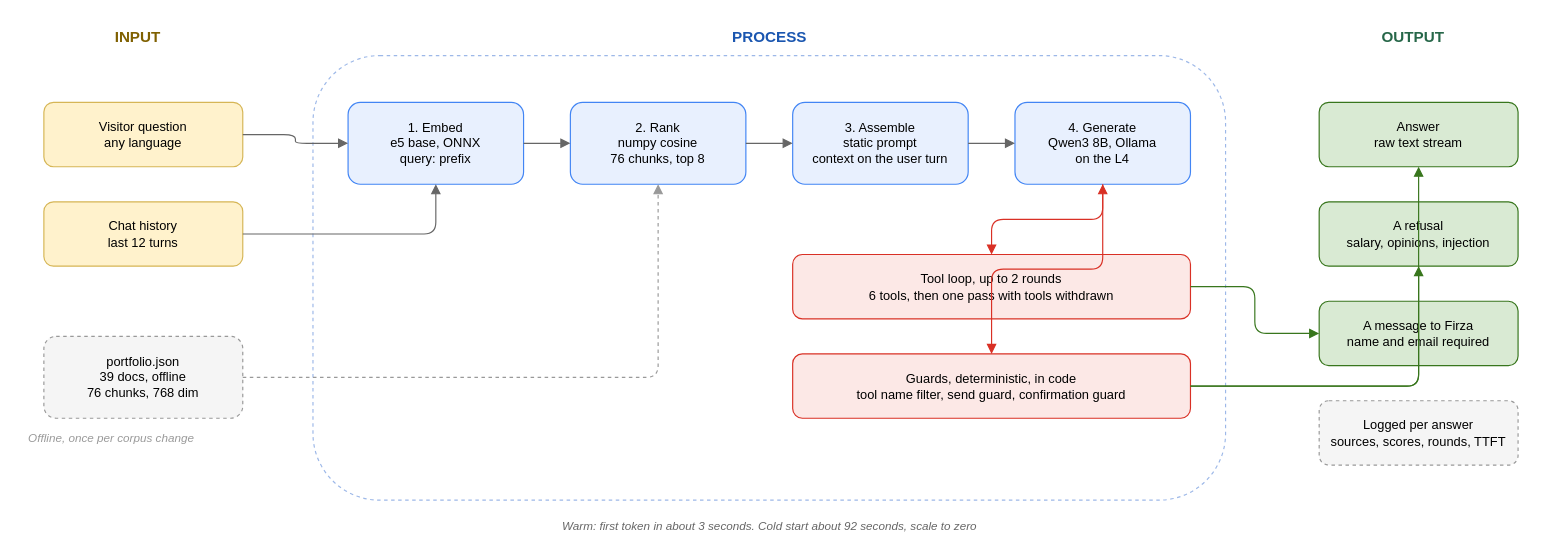
Earlier version of the draw.io diagram docs/diagrams/overview.drawio (FirzaCank/rag-open-source-portfolio). Source tidied: cells renumbered, new cells numbered last; positions are measured from the earlier drawing's top-left corner, leaving out a move shared by most shapes. Both pictures are drawn from the tidied source at 117%, with x=0, y=0 at pixel (20, 20).
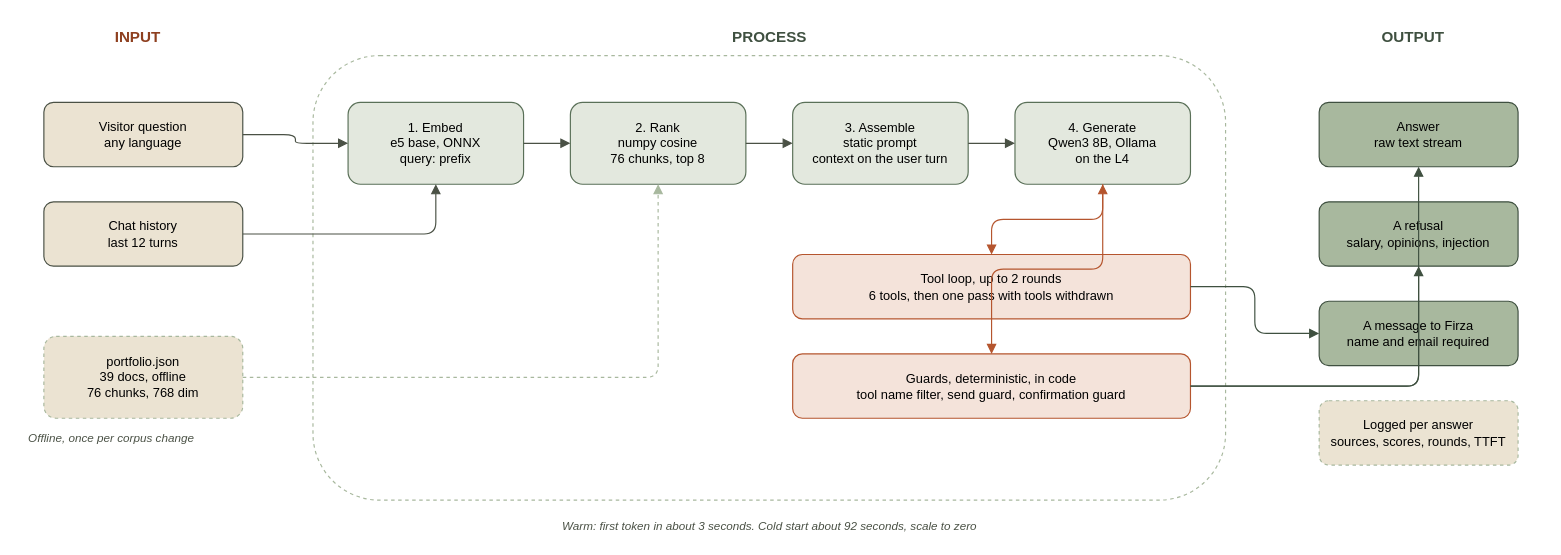
The same diagram, later.

What changed in the source:
```diff
@@
-    <mxCell id="2" value="INPUT" style="text;html=1;align=center;fontSize=13;fontStyle=1;fontColor=#7f6000;" parent="1" vertex="1">
+    <mxCell id="2" value="INPUT" style="text;html=1;align=center;fontSize=13;fontStyle=1;fontColor=#8E3F1F;" parent="1" vertex="1">
       <mxGeometry width="200" height="24" as="geometry" />
     </mxCell>
-    <mxCell id="3" value="PROCESS" style="text;html=1;align=center;fontSize=13;fontStyle=1;fontColor=#1a56b0;" parent="1" vertex="1">
+    <mxCell id="3" value="PROCESS" style="text;html=1;align=center;fontSize=13;fontStyle=1;fontColor=#3F5040;" parent="1" vertex="1">
       <mxGeometry x="260" width="760" height="24" as="geometry" />
     </mxCell>
-    <mxCell id="4" value="OUTPUT" style="text;html=1;align=center;fontSize=13;fontStyle=1;fontColor=#276749;" parent="1" vertex="1">
+    <mxCell id="4" value="OUTPUT" style="text;html=1;align=center;fontSize=13;fontStyle=1;fontColor=#3F5040;" parent="1" vertex="1">
       <mxGeometry x="1080" width="220" height="24" as="geometry" />
     </mxCell>
-    <mxCell id="5" style="rounded=1;whiteSpace=wrap;html=1;fillColor=none;strokeColor=#9db8e8;dashed=1;fontSize=11;" parent="1" vertex="1">
+    <mxCell id="5" style="rounded=1;whiteSpace=wrap;html=1;fillColor=none;strokeColor=#A8B89E;dashed=1;fontSize=11;" parent="1" vertex="1">
       <mxGeometry x="250" y="30" width="780" height="380" as="geometry" />
     </mxCell>
-    <mxCell id="6" value="Visitor question&#10;any language" style="rounded=1;whiteSpace=wrap;html=1;fillColor=#fff2cc;strokeColor=#d6b656;fontSize=11;" parent="1" vertex="1">
+    <mxCell id="6" value="Visitor question&#10;any language" style="rounded=1;whiteSpace=wrap;html=1;fillColor=#EBE3D2;strokeColor=#4A5145;fontSize=11;" parent="1" vertex="1">
       <mxGeometry x="20" y="70" width="170" height="55" as="geometry" />
     </mxCell>
-    <mxCell id="7" value="Chat history&#10;last 12 turns" style="rounded=1;whiteSpace=wrap;html=1;fillColor=#fff2cc;strokeColor=#d6b656;fontSize=11;" parent="1" vertex="1">
+    <mxCell id="7" value="Chat history&#10;last 12 turns" style="rounded=1;whiteSpace=wrap;html=1;fillColor=#EBE3D2;strokeColor=#4A5145;fontSize=11;" parent="1" vertex="1">
       <mxGeometry x="20" y="155" width="170" height="55" as="geometry" />
     </mxCell>
-    <mxCell id="8" value="portfolio.json&#10;39 docs, offline&#10;76 chunks, 768 dim" style="rounded=1;whiteSpace=wrap;html=1;fillColor=#f5f5f5;strokeColor=#999999;fontSize=11;dashed=1;" parent="1" vertex="1">
+    <mxCell id="8" value="portfolio.json&#10;39 docs, offline&#10;76 chunks, 768 dim" style="rounded=1;whiteSpace=wrap;html=1;fillColor=#EBE3D2;strokeColor=#A8B89E;fontSize=11;dashed=1;" parent="1" vertex="1">
       <mxGeometry x="20" y="270" width="170" height="70" as="geometry" />
     </mxCell>
-    <mxCell id="9" value="1. Embed&#10;e5 base, ONNX&#10;query: prefix" style="rounded=1;whiteSpace=wrap;html=1;fillColor=#e8f0fe;strokeColor=#4285f4;fontSize=11;" parent="1" vertex="1">
+    <mxCell id="9" value="1. Embed&#10;e5 base, ONNX&#10;query: prefix" style="rounded=1;whiteSpace=wrap;html=1;fillColor=#E3E8DE;strokeColor=#5A7058;fontSize=11;" parent="1" vertex="1">
       <mxGeometry x="280" y="70" width="150" height="70" as="geometry" />
     </mxCell>
-    <mxCell id="10" value="2. Rank&#10;numpy cosine&#10;76 chunks, top 8" style="rounded=1;whiteSpace=wrap;html=1;fillColor=#e8f0fe;strokeColor=#4285f4;fontSize=11;" parent="1" vertex="1">
+    <mxCell id="10" value="2. Rank&#10;numpy cosine&#10;76 chunks, top 8" style="rounded=1;whiteSpace=wrap;html=1;fillColor=#E3E8DE;strokeColor=#5A7058;fontSize=11;" parent="1" vertex="1">
       <mxGeometry x="470" y="70" width="150" height="70" as="geometry" />
     </mxCell>
-    <mxCell id="11" value="3. Assemble&#10;static prompt&#10;context on the user turn" style="rounded=1;whiteSpace=wrap;html=1;fillColor=#e8f0fe;strokeColor=#4285f4;fontSize=11;" parent="1" vertex="1">
+    <mxCell id="11" value="3. Assemble&#10;static prompt&#10;context on the user turn" style="rounded=1;whiteSpace=wrap;html=1;fillColor=#E3E8DE;strokeColor=#5A7058;fontSize=11;" parent="1" vertex="1">
       <mxGeometry x="660" y="70" width="150" height="70" as="geometry" />
     </mxCell>
-    <mxCell id="12" value="4. Generate&#10;Qwen3 8B, Ollama&#10;on the L4" style="rounded=1;whiteSpace=wrap;html=1;fillColor=#e8f0fe;strokeColor=#4285f4;fontSize=11;" parent="1" vertex="1">
+    <mxCell id="12" value="4. Generate&#10;Qwen3 8B, Ollama&#10;on the L4" style="rounded=1;whiteSpace=wrap;html=1;fillColor=#E3E8DE;strokeColor=#5A7058;fontSize=11;" parent="1" vertex="1">
       <mxGeometry x="850" y="70" width="150" height="70" as="geometry" />
     </mxCell>
-    <mxCell id="13" value="Tool loop, up to 2 rounds&#10;6 tools, then one pass with tools withdrawn" style="rounded=1;whiteSpace=wrap;html=1;fillColor=#fce8e6;strokeColor=#d93025;fontSize=11;" parent="1" vertex="1">
+    <mxCell id="13" value="Tool loop, up to 2 rounds&#10;6 tools, then one pass with tools withdrawn" style="rounded=1;whiteSpace=wrap;html=1;fillColor=#F4E3DA;strokeColor=#B5552E;fontSize=11;" parent="1" vertex="1">
       <mxGeometry x="660" y="200" width="340" height="55" as="geometry" />
     </mxCell>
-    <mxCell id="14" value="Guards, deterministic, in code&#10;tool name filter, send guard, confirmation guard" style="rounded=1;whiteSpace=wrap;html=1;fillColor=#fce8e6;strokeColor=#d93025;fontSize=11;" parent="1" vertex="1">
+    <mxCell id="14" value="Guards, deterministic, in code&#10;tool name filter, send guard, confirmation guard" style="rounded=1;whiteSpace=wrap;html=1;fillColor=#F4E3DA;strokeColor=#B5552E;fontSize=11;" parent="1" vertex="1">
       <mxGeometry x="660" y="285" width="340" height="55" as="geometry" />
     </mxCell>
-    <mxCell id="15" value="Answer&#10;raw text stream" style="rounded=1;whiteSpace=wrap;html=1;fillColor=#d9ead3;strokeColor=#38761d;fontSize=11;" parent="1" vertex="1">
+    <mxCell id="15" value="Answer&#10;raw text stream" style="rounded=1;whiteSpace=wrap;html=1;fillColor=#A8B89E;strokeColor=#3F5040;fontSize=11;" parent="1" vertex="1">
       <mxGeometry x="1110" y="70" width="170" height="55" as="geometry" />
     </mxCell>
-    <mxCell id="16" value="A refusal&#10;salary, opinions, injection" style="rounded=1;whiteSpace=wrap;html=1;fillColor=#d9ead3;strokeColor=#38761d;fontSize=11;" parent="1" vertex="1">
+    <mxCell id="16" value="A refusal&#10;salary, opinions, injection" style="rounded=1;whiteSpace=wrap;html=1;fillColor=#A8B89E;strokeColor=#3F5040;fontSize=11;" parent="1" vertex="1">
       <mxGeometry x="1110" y="155" width="170" height="55" as="geometry" />
     </mxCell>
-    <mxCell id="17" value="A message to Firza&#10;name and email required" style="rounded=1;whiteSpace=wrap;html=1;fillColor=#d9ead3;strokeColor=#38761d;fontSize=11;" parent="1" vertex="1">
+    <mxCell id="17" value="A message to Firza&#10;name and email required" style="rounded=1;whiteSpace=wrap;html=1;fillColor=#A8B89E;strokeColor=#3F5040;fontSize=11;" parent="1" vertex="1">
       <mxGeometry x="1110" y="240" width="170" height="55" as="geometry" />
     </mxCell>
-    <mxCell id="18" value="Logged per answer&#10;sources, scores, rounds, TTFT" style="rounded=1;whiteSpace=wrap;html=1;fillColor=#f5f5f5;strokeColor=#999999;fontSize=11;dashed=1;" parent="1" vertex="1">
+    <mxCell id="18" value="Logged per answer&#10;sources, scores, rounds, TTFT" style="rounded=1;whiteSpace=wrap;html=1;fillColor=#EBE3D2;strokeColor=#A8B89E;fontSize=11;dashed=1;" parent="1" vertex="1">
       <mxGeometry x="1110" y="325" width="170" height="55" as="geometry" />
     </mxCell>
-    <mxCell id="19" style="edgeStyle=orthogonalEdgeStyle;html=1;strokeColor=#666666;endArrow=block;" parent="1" edge="1" source="6" target="9">
+    <mxCell id="19" style="edgeStyle=orthogonalEdgeStyle;html=1;strokeColor=#4A5145;endArrow=block;" parent="1" edge="1" source="6" target="9">
       <mxGeometry relative="1" as="geometry" />
     </mxCell>
-    <mxCell id="20" style="edgeStyle=orthogonalEdgeStyle;html=1;strokeColor=#666666;endArrow=block;" parent="1" edge="1" source="7" target="9">
+    <mxCell id="20" style="edgeStyle=orthogonalEdgeStyle;html=1;strokeColor=#4A5145;endArrow=block;" parent="1" edge="1" source="7" target="9">
       <mxGeometry relative="1" as="geometry" />
     </mxCell>
-    <mxCell id="21" style="edgeStyle=orthogonalEdgeStyle;html=1;strokeColor=#999999;dashed=1;endArrow=block;" parent="1" edge="1" source="8" target="10">
+    <mxCell id="21" style="edgeStyle=orthogonalEdgeStyle;html=1;strokeColor=#A8B89E;dashed=1;endArrow=block;" parent="1" edge="1" source="8" target="10">
       <mxGeometry relative="1" as="geometry" />
     </mxCell>
-    <mxCell id="22" style="edgeStyle=orthogonalEdgeStyle;html=1;strokeColor=#666666;endArrow=block;" parent="1" edge="1" source="9" target="10">
+    <mxCell id="22" style="edgeStyle=orthogonalEdgeStyle;html=1;strokeColor=#4A5145;endArrow=block;" parent="1" edge="1" source="9" target="10">
       <mxGeometry relative="1" as="geometry" />
     </mxCell>
-    <mxCell id="23" style="edgeStyle=orthogonalEdgeStyle;html=1;strokeColor=#666666;endArrow=block;" parent="1" edge="1" source="10" target="11">
+    <mxCell id="23" style="edgeStyle=orthogonalEdgeStyle;html=1;strokeColor=#4A5145;endArrow=block;" parent="1" edge="1" source="10" target="11">
       <mxGeometry relative="1" as="geometry" />
     </mxCell>
-    <mxCell id="24" style="edgeStyle=orthogonalEdgeStyle;html=1;strokeColor=#666666;endArrow=block;" parent="1" edge="1" source="11" target="12">
+    <mxCell id="24" style="edgeStyle=orthogonalEdgeStyle;html=1;strokeColor=#4A5145;endArrow=block;" parent="1" edge="1" source="11" target="12">
       <mxGeometry relative="1" as="geometry" />
     </mxCell>
-    <mxCell id="25" style="edgeStyle=orthogonalEdgeStyle;html=1;strokeColor=#d93025;endArrow=block;startArrow=block;" parent="1" edge="1" source="12" target="13">
+    <mxCell id="25" style="edgeStyle=orthogonalEdgeStyle;html=1;strokeColor=#B5552E;endArrow=block;startArrow=block;" parent="1" edge="1" source="12" target="13">
       <mxGeometry relative="1" as="geometry" />
     </mxCell>
-    <mxCell id="26" style="edgeStyle=orthogonalEdgeStyle;html=1;strokeColor=#d93025;endArrow=block;" parent="1" edge="1" source="12" target="14">
+    <mxCell id="26" style="edgeStyle=orthogonalEdgeStyle;html=1;strokeColor=#B5552E;endArrow=block;" parent="1" edge="1" source="12" target="14">
       <mxGeometry relative="1" as="geometry" />
     </mxCell>
-    <mxCell id="27" style="edgeStyle=orthogonalEdgeStyle;html=1;strokeColor=#38761d;endArrow=block;" parent="1" edge="1" source="14" target="15">
+    <mxCell id="27" style="edgeStyle=orthogonalEdgeStyle;html=1;strokeColor=#3F5040;endArrow=block;" parent="1" edge="1" source="14" target="15">
       <mxGeometry relative="1" as="geometry" />
     </mxCell>
-    <mxCell id="28" style="edgeStyle=orthogonalEdgeStyle;html=1;strokeColor=#38761d;endArrow=block;" parent="1" edge="1" source="14" target="16">
+    <mxCell id="28" style="edgeStyle=orthogonalEdgeStyle;html=1;strokeColor=#3F5040;endArrow=block;" parent="1" edge="1" source="14" target="16">
       <mxGeometry relative="1" as="geometry" />
     </mxCell>
-    <mxCell id="29" style="edgeStyle=orthogonalEdgeStyle;html=1;strokeColor=#38761d;endArrow=block;" parent="1" edge="1" source="13" target="17">
+    <mxCell id="29" style="edgeStyle=orthogonalEdgeStyle;html=1;strokeColor=#3F5040;endArrow=block;" parent="1" edge="1" source="13" target="17">
       <mxGeometry relative="1" as="geometry" />
     </mxCell>
-    <mxCell id="30" value="Offline, once per corpus change" style="text;html=1;align=left;fontSize=10;fontColor=#999999;fontStyle=2;" parent="1" vertex="1">
+    <mxCell id="30" value="Offline, once per corpus change" style="text;html=1;align=left;fontSize=10;fontColor=#4A5145;fontStyle=2;" parent="1" vertex="1">
       <mxGeometry x="5" y="345" width="200" height="20" as="geometry" />
     </mxCell>
-    <mxCell id="31" value="Warm: first token in about 3 seconds. Cold start about 92 seconds, scale to zero" style="text;html=1;align=center;fontSize=10;fontColor=#666666;fontStyle=2;" parent="1" vertex="1">
+    <mxCell id="31" value="Warm: first token in about 3 seconds. Cold start about 92 seconds, scale to zero" style="text;html=1;align=center;fontSize=10;fontColor=#4A5145;fontStyle=2;" parent="1" vertex="1">
       <mxGeometry x="250" y="420" width="780" height="20" as="geometry" />
     </mxCell>
```
